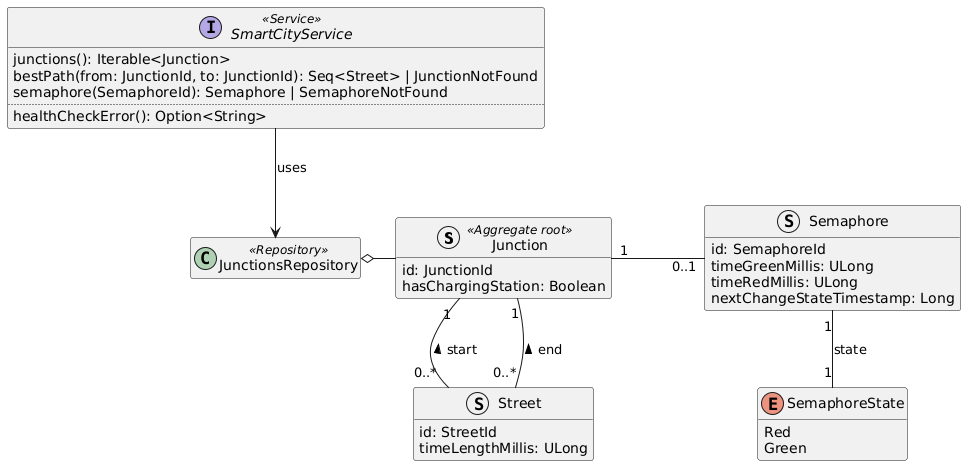
Before: doc/diagrams/smart-city-domain-model.png, a diagram exported from PlantUML (Ventus218/SAP-assignment-03).
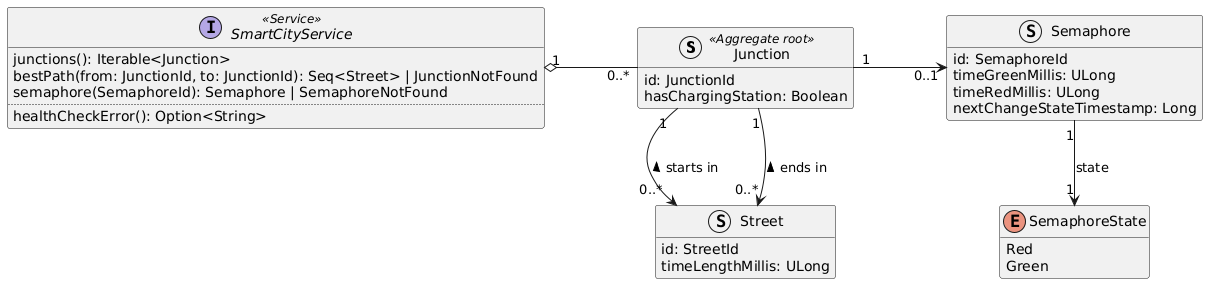
The same diagram one commit later.

Commit message:
Automatically generated PlantUML diagrams

The edit, as a diff of the source:
```diff
@@ -32,14 +32,12 @@
     healthCheckError(): Option<String>
 }
 
-class JunctionsRepository <<Repository>>
 
-Junction "1" -r- "0..1" Semaphore : "              "
-Street "0..*" -u- "1" Junction : "start >"
+Junction "1" -r-> "0..1" Semaphore : "              "
+Street "0..*" <-u- "1" Junction : "starts in >"
 Street -u[hidden]- Junction
-Street "0..*" -u- "1" Junction : "end >"
-Semaphore "1" -- "1" SemaphoreState : "state"
-SmartCityService --> JunctionsRepository : "uses"
-JunctionsRepository o- Junction
+Street "0..*" <-u- "1" Junction : "ends in >"
+Semaphore "1" --> "1" SemaphoreState : "state"
+SmartCityService "1" o- "0..*" Junction : "              "
 
 @enduml
```
